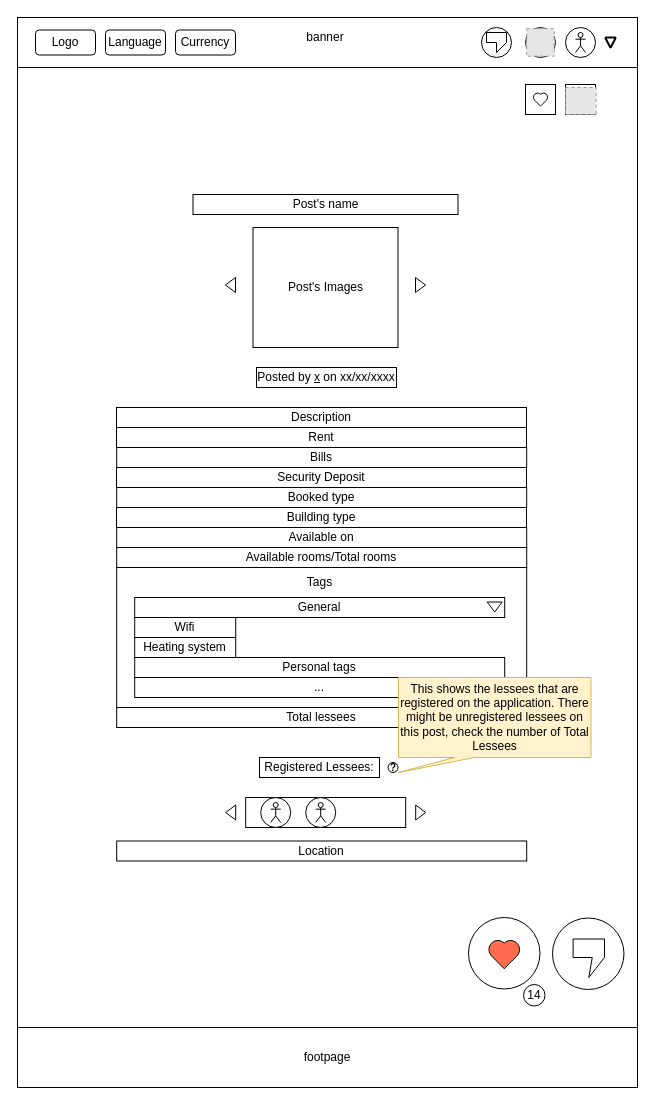
Before: CroquisWeb/DrawIO/Building Post View.drawio in sofwarebakery/CroquisWeb, a draw.io diagram. Source tidied: cells renumbered, new cells numbered last; positions are measured from the earlier drawing's top-left corner, leaving out a move shared by most shapes. Both pictures are drawn from the tidied source at 100%, with x=0, y=0 at pixel (17, 17). Pictures stored in the file or linked from it are replaced by grey dashed boxes.
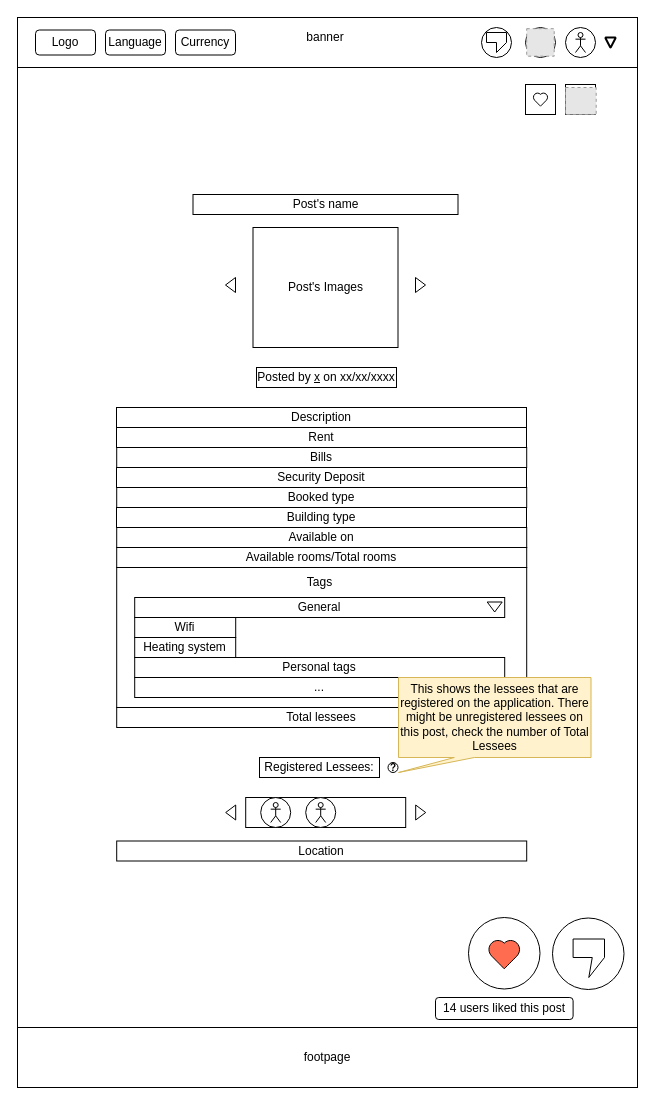
The same page after the edit.

Change to the diagram source:
```diff
@@
-    <mxCell id="50" style="ellipse;whiteSpace=wrap;html=1;direction=south;" parent="1" vertex="1">
-      <mxGeometry x="506" y="967" width="21.5" height="21.5" as="geometry" />
-    </mxCell>
-    <mxCell id="51" value="14" style="text;html=1;strokeColor=none;fillColor=none;align=center;verticalAlign=middle;whiteSpace=wrap;rounded=0;" parent="1" vertex="1">
-      <mxGeometry x="487" y="963" width="60" height="30" as="geometry" />
-    </mxCell>
@@
+    <mxCell id="62" value="14 users liked this post" style="rounded=1;whiteSpace=wrap;html=1;" parent="1" vertex="1">
+      <mxGeometry x="418" y="980" width="137.6" height="22" as="geometry" />
+    </mxCell>
```
